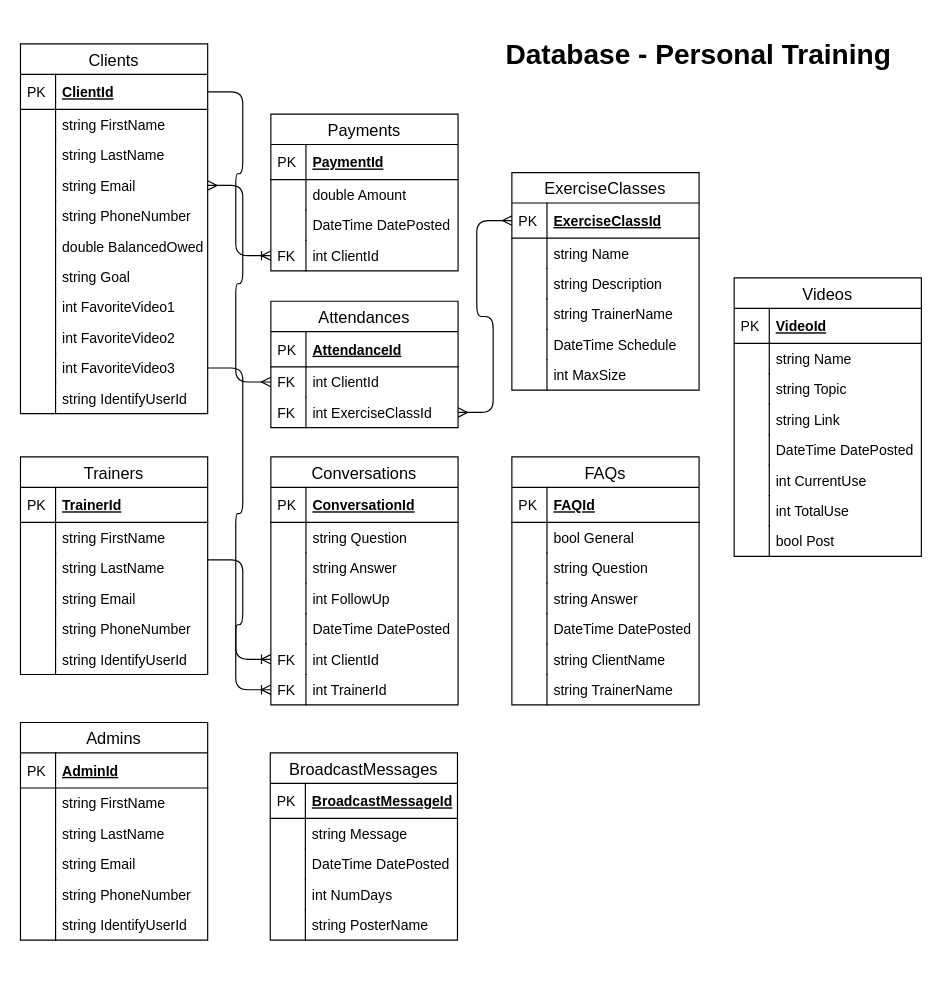
The draw.io diagram page "Database" (2 of 2) of Documentation/EntityRelationshipDiagram.drawio in Randall-Gray/PersonalTraining, before the edit. Source tidied: cells renumbered, new cells numbered last; positions are measured from the earlier drawing's top-left corner, leaving out a move shared by most shapes. Both pictures are drawn from the tidied source at 117%, with x=0, y=0 at pixel (20, 32).
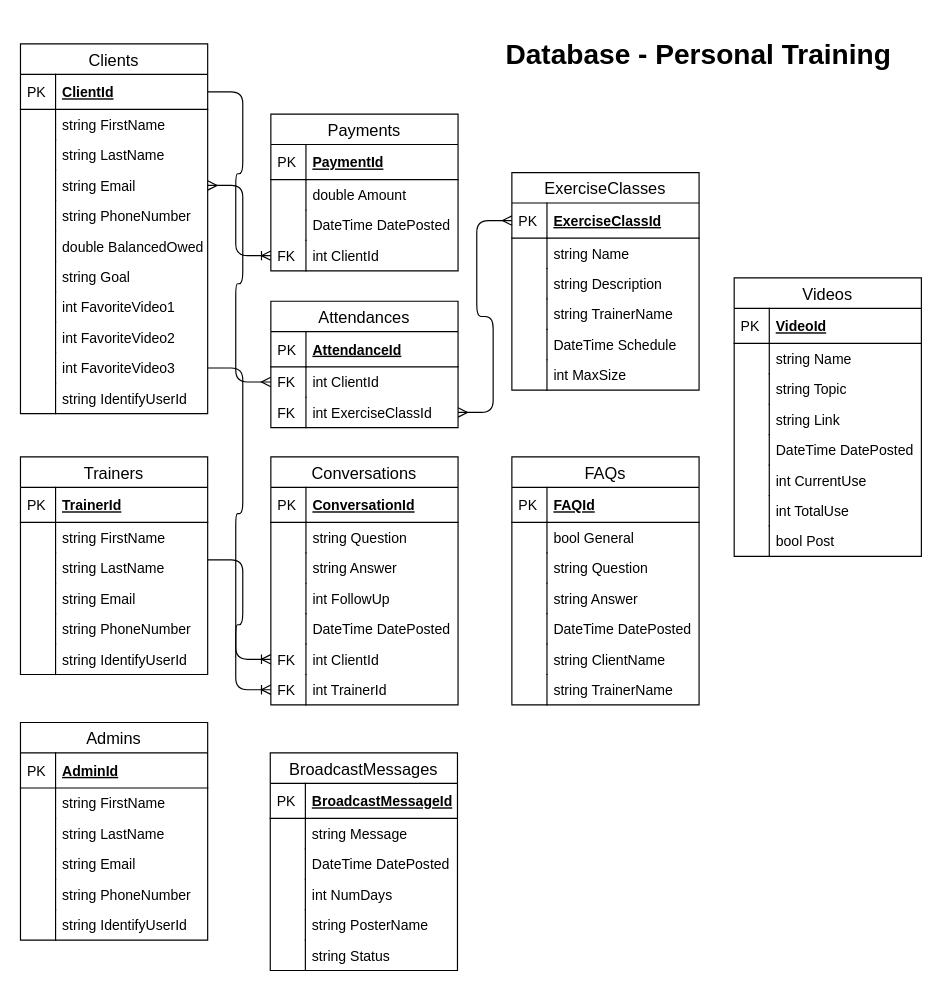
The same diagram, later.

What changed in the source:
```diff
@@
     <mxCell id="51" value="BroadcastMessages" style="swimlane;fontStyle=0;horizontal=1;startSize=26;align=center;fontSize=14;" parent="1" vertex="1">
-      <mxGeometry x="213.5" y="616" width="160" height="160" as="geometry" />
+      <mxGeometry x="213.5" y="616" width="160" height="186" as="geometry" />
     </mxCell>
@@
+    <mxCell id="144" value="string Status" style="shape=partialRectangle;top=0;left=0;right=0;bottom=0;align=left;verticalAlign=top;fillColor=none;spacingLeft=34;spacingRight=4;overflow=hidden;fontSize=12;" parent="51" vertex="1">
+      <mxGeometry y="160" width="160" height="26" as="geometry" />
+    </mxCell>
+    <mxCell id="145" style="shape=partialRectangle;top=0;left=0;bottom=0;fillColor=none;align=left;verticalAlign=top;spacingLeft=4;spacingRight=4;overflow=hidden;fontSize=12;" parent="144" vertex="1">
+      <mxGeometry width="30" height="26" as="geometry" />
+    </mxCell>
```
